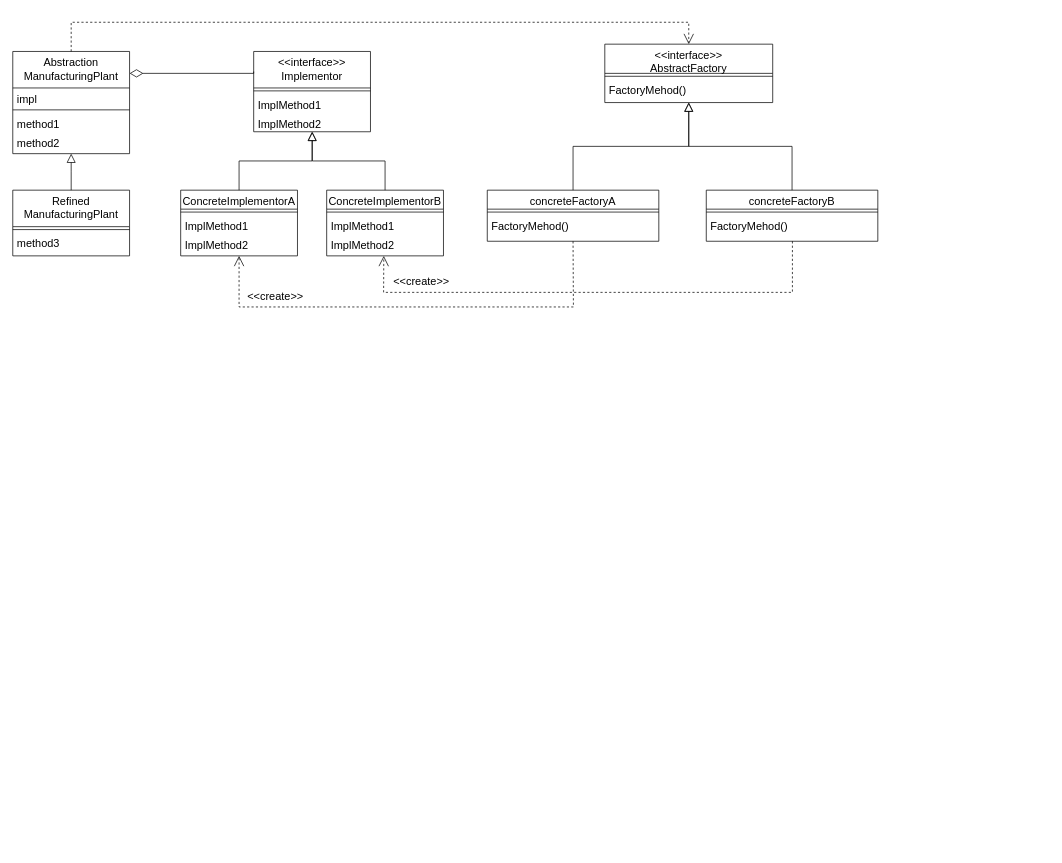
Above: aa3차_tactic.drawio in ShineSoYoung/TEST (draw.io), before the change. Source tidied: cells renumbered, new cells numbered last; positions are measured from the earlier drawing's top-left corner, leaving out a move shared by most shapes. Both pictures are drawn from the tidied source at 73%, with x=0, y=0 at pixel (12, 22).
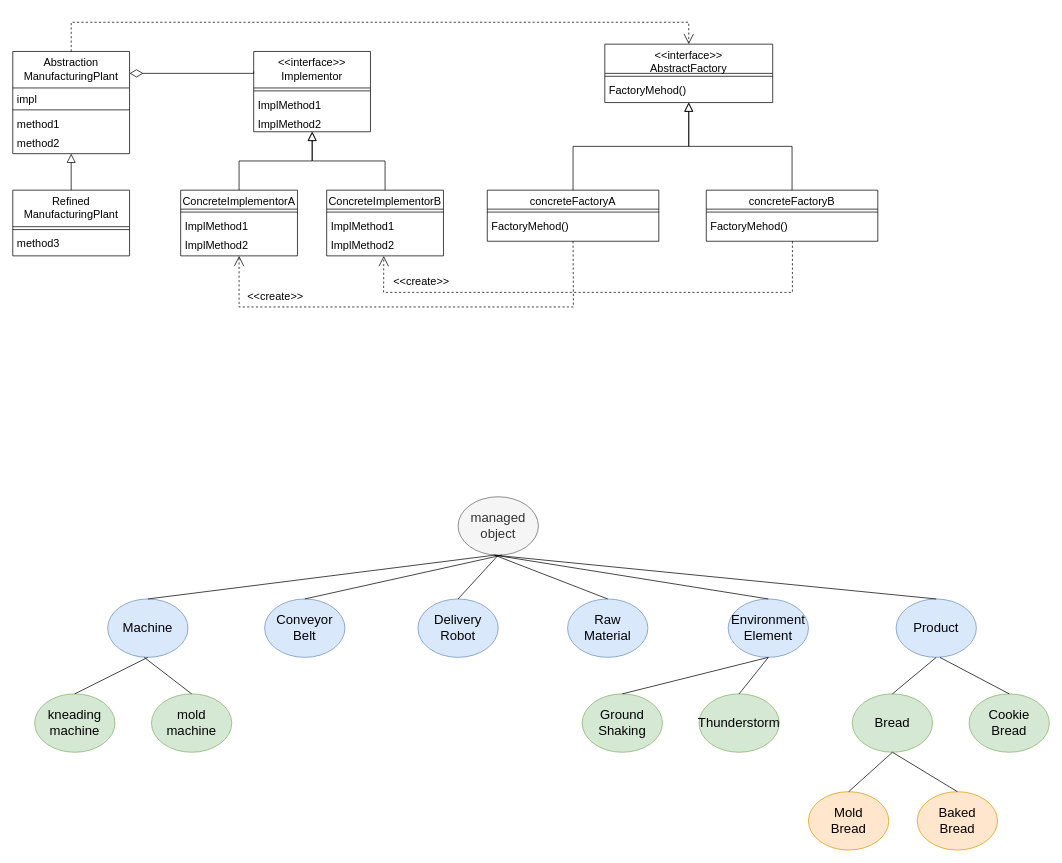
After the change.

Commit message:
aa3차_tactic.drawio 업데이트

What changed in the source:
```diff
@@
+    <mxCell id="42" value="managed object" style="ellipse;whiteSpace=wrap;html=1;fontSize=18;fillColor=#f5f5f5;fontColor=#333333;strokeColor=#666666;" parent="1" vertex="1">
+      <mxGeometry x="610" y="650" width="110" height="80" as="geometry" />
+    </mxCell>
+    <mxCell id="43" value="Machine" style="ellipse;whiteSpace=wrap;html=1;fontSize=18;fillColor=#dae8fc;strokeColor=#6c8ebf;" parent="1" vertex="1">
+      <mxGeometry x="130" y="790" width="110" height="80" as="geometry" />
+    </mxCell>
+    <mxCell id="44" value="Conveyor&lt;br style=&quot;font-size: 18px;&quot;&gt;Belt" style="ellipse;whiteSpace=wrap;html=1;fontSize=18;fillColor=#dae8fc;strokeColor=#6c8ebf;" parent="1" vertex="1">
+      <mxGeometry x="345" y="790" width="110" height="80" as="geometry" />
+    </mxCell>
+    <mxCell id="45" value="Delivery&lt;br style=&quot;font-size: 18px;&quot;&gt;Robot" style="ellipse;whiteSpace=wrap;html=1;fontSize=18;fillColor=#dae8fc;strokeColor=#6c8ebf;" parent="1" vertex="1">
+      <mxGeometry x="555" y="790" width="110" height="80" as="geometry" />
+    </mxCell>
+    <mxCell id="46" value="Raw&lt;br style=&quot;font-size: 18px;&quot;&gt;Material" style="ellipse;whiteSpace=wrap;html=1;fontSize=18;fillColor=#dae8fc;strokeColor=#6c8ebf;" parent="1" vertex="1">
+      <mxGeometry x="760" y="790" width="110" height="80" as="geometry" />
+    </mxCell>
+    <mxCell id="47" value="Environment&lt;br style=&quot;font-size: 18px;&quot;&gt;Element" style="ellipse;whiteSpace=wrap;html=1;fontSize=18;fillColor=#dae8fc;strokeColor=#6c8ebf;" parent="1" vertex="1">
+      <mxGeometry x="980" y="790" width="110" height="80" as="geometry" />
+    </mxCell>
+    <mxCell id="48" value="Product" style="ellipse;whiteSpace=wrap;html=1;fontSize=18;fillColor=#dae8fc;strokeColor=#6c8ebf;" parent="1" vertex="1">
+      <mxGeometry x="1210" y="790" width="110" height="80" as="geometry" />
+    </mxCell>
+    <mxCell id="49" value="Ground Shaking" style="ellipse;whiteSpace=wrap;html=1;fontSize=18;fillColor=#d5e8d4;strokeColor=#82b366;" parent="1" vertex="1">
+      <mxGeometry x="780" y="920" width="110" height="80" as="geometry" />
+    </mxCell>
+    <mxCell id="50" value="Thunderstorm" style="ellipse;whiteSpace=wrap;html=1;fontSize=18;fillColor=#d5e8d4;strokeColor=#82b366;" parent="1" vertex="1">
+      <mxGeometry x="940" y="920" width="110" height="80" as="geometry" />
+    </mxCell>
+    <mxCell id="51" value="kneading machine" style="ellipse;whiteSpace=wrap;html=1;fontSize=18;fillColor=#d5e8d4;strokeColor=#82b366;" parent="1" vertex="1">
+      <mxGeometry x="30" y="920" width="110" height="80" as="geometry" />
+    </mxCell>
+    <mxCell id="52" value="mold &lt;br style=&quot;font-size: 18px;&quot;&gt;machine" style="ellipse;whiteSpace=wrap;html=1;fontSize=18;fillColor=#d5e8d4;strokeColor=#82b366;" parent="1" vertex="1">
+      <mxGeometry x="190" y="920" width="110" height="80" as="geometry" />
+    </mxCell>
+    <mxCell id="53" value="Bread" style="ellipse;whiteSpace=wrap;html=1;fontSize=18;fillColor=#d5e8d4;strokeColor=#82b366;" parent="1" vertex="1">
+      <mxGeometry x="1150" y="920" width="110" height="80" as="geometry" />
+    </mxCell>
+    <mxCell id="54" value="Cookie &lt;br&gt;Bread" style="ellipse;whiteSpace=wrap;html=1;fontSize=18;fillColor=#d5e8d4;strokeColor=#82b366;" parent="1" vertex="1">
+      <mxGeometry x="1310" y="920" width="110" height="80" as="geometry" />
+    </mxCell>
+    <mxCell id="55" style="endArrow=none;html=1;rounded=0;entryX=0.5;entryY=1;entryDx=0;entryDy=0;exitX=0.5;exitY=0;exitDx=0;exitDy=0;" parent="1" edge="1" source="45" target="42">
+      <mxGeometry relative="1" as="geometry" />
+    </mxCell>
+    <mxCell id="56" style="endArrow=none;html=1;rounded=0;exitX=0.5;exitY=0;exitDx=0;exitDy=0;" parent="1" edge="1" source="44">
+      <mxGeometry relative="1" as="geometry">
+        <mxPoint x="670" y="730" as="targetPoint" />
+      </mxGeometry>
+    </mxCell>
+    <mxCell id="57" style="endArrow=none;html=1;rounded=0;exitX=0.5;exitY=0;exitDx=0;exitDy=0;" parent="1" edge="1" source="43">
+      <mxGeometry relative="1" as="geometry">
+        <mxPoint x="660" y="730" as="targetPoint" />
+      </mxGeometry>
+    </mxCell>
+    <mxCell id="58" value="Mold&lt;br&gt;Bread" style="ellipse;whiteSpace=wrap;html=1;fontSize=18;fillColor=#ffe6cc;strokeColor=#d79b00;" parent="1" vertex="1">
+      <mxGeometry x="1090" y="1054" width="110" height="80" as="geometry" />
+    </mxCell>
+    <mxCell id="59" value="Baked &lt;br&gt;Bread" style="ellipse;whiteSpace=wrap;html=1;fontSize=18;fillColor=#ffe6cc;strokeColor=#d79b00;" parent="1" vertex="1">
+      <mxGeometry x="1239" y="1054" width="110" height="80" as="geometry" />
+    </mxCell>
+    <mxCell id="60" style="endArrow=none;html=1;rounded=0;exitX=0.5;exitY=0;exitDx=0;exitDy=0;" parent="1" edge="1" source="46">
+      <mxGeometry relative="1" as="geometry">
+        <mxPoint x="660" y="730" as="targetPoint" />
+      </mxGeometry>
+    </mxCell>
+    <mxCell id="61" style="endArrow=none;html=1;rounded=0;exitX=0.5;exitY=0;exitDx=0;exitDy=0;" parent="1" edge="1" source="47">
+      <mxGeometry relative="1" as="geometry">
+        <mxPoint x="660" y="730" as="targetPoint" />
+      </mxGeometry>
+    </mxCell>
+    <mxCell id="62" style="endArrow=none;html=1;rounded=0;exitX=0.5;exitY=0;exitDx=0;exitDy=0;" parent="1" edge="1" source="48">
+      <mxGeometry relative="1" as="geometry">
+        <mxPoint x="660" y="730" as="targetPoint" />
+      </mxGeometry>
+    </mxCell>
+    <mxCell id="63" style="endArrow=none;html=1;rounded=0;entryX=0.5;entryY=1;entryDx=0;entryDy=0;exitX=0.5;exitY=0;exitDx=0;exitDy=0;" parent="1" edge="1" source="51" target="43">
+      <mxGeometry relative="1" as="geometry" />
+    </mxCell>
+    <mxCell id="64" style="endArrow=none;html=1;rounded=0;exitX=0.5;exitY=0;exitDx=0;exitDy=0;" parent="1" edge="1" source="52">
+      <mxGeometry relative="1" as="geometry">
+        <mxPoint x="180" y="870" as="targetPoint" />
+      </mxGeometry>
+    </mxCell>
+    <mxCell id="65" style="endArrow=none;html=1;rounded=0;exitX=0.5;exitY=0;exitDx=0;exitDy=0;entryX=0.5;entryY=1;entryDx=0;entryDy=0;" parent="1" edge="1" source="49" target="47">
+      <mxGeometry relative="1" as="geometry" />
+    </mxCell>
+    <mxCell id="66" style="endArrow=none;html=1;rounded=0;exitX=0.5;exitY=0;exitDx=0;exitDy=0;entryX=0.5;entryY=1;entryDx=0;entryDy=0;" parent="1" edge="1" source="50" target="47">
+      <mxGeometry relative="1" as="geometry" />
+    </mxCell>
+    <mxCell id="67" style="endArrow=none;html=1;rounded=0;exitX=0.5;exitY=0;exitDx=0;exitDy=0;entryX=0.5;entryY=1;entryDx=0;entryDy=0;" parent="1" edge="1" source="53" target="48">
+      <mxGeometry relative="1" as="geometry" />
+    </mxCell>
+    <mxCell id="68" style="endArrow=none;html=1;rounded=0;exitX=0.5;exitY=0;exitDx=0;exitDy=0;" parent="1" edge="1" source="54">
+      <mxGeometry relative="1" as="geometry">
+        <mxPoint x="1270" y="870" as="targetPoint" />
+      </mxGeometry>
+    </mxCell>
+    <mxCell id="69" style="endArrow=none;html=1;rounded=0;exitX=0.5;exitY=0;exitDx=0;exitDy=0;entryX=0.5;entryY=1;entryDx=0;entryDy=0;" parent="1" edge="1" source="59" target="53">
+      <mxGeometry relative="1" as="geometry" />
+    </mxCell>
+    <mxCell id="70" style="endArrow=none;html=1;rounded=0;exitX=0.5;exitY=0;exitDx=0;exitDy=0;entryX=0.5;entryY=1;entryDx=0;entryDy=0;" parent="1" edge="1" source="58" target="53">
+      <mxGeometry relative="1" as="geometry" />
+    </mxCell>
```
